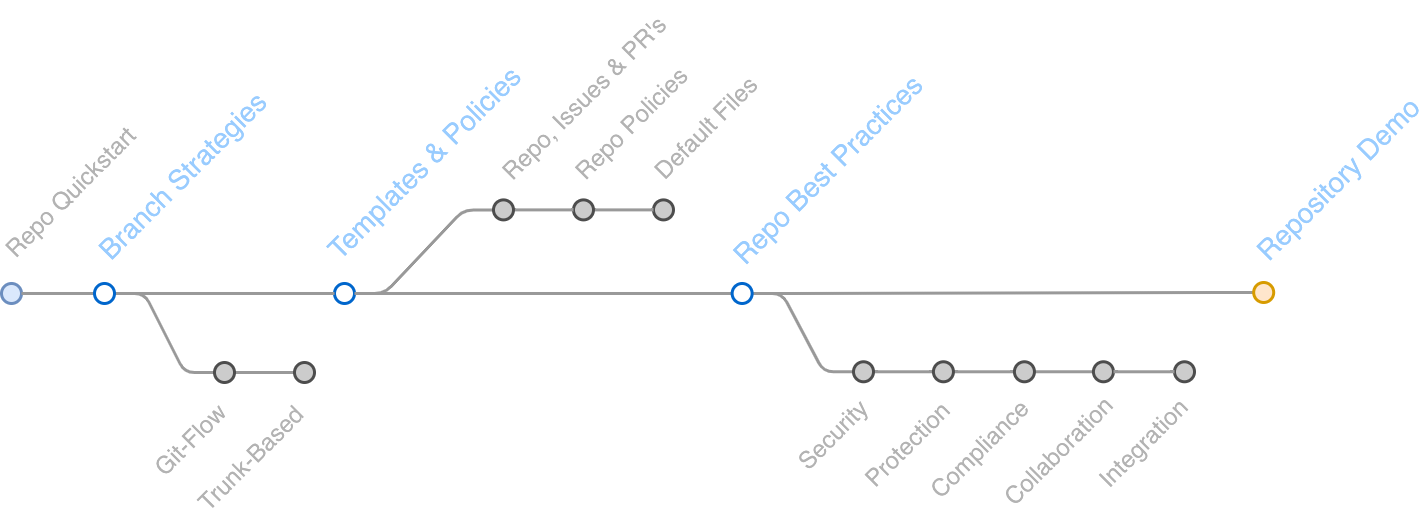
jefeish/github-best-practices-demo keeps this draw.io diagram as docs/images/index.png. Above is the earlier version. Source tidied: cells renumbered, new cells last; positions are measured from the earlier drawing's top-left corner, leaving out a move shared by most shapes.
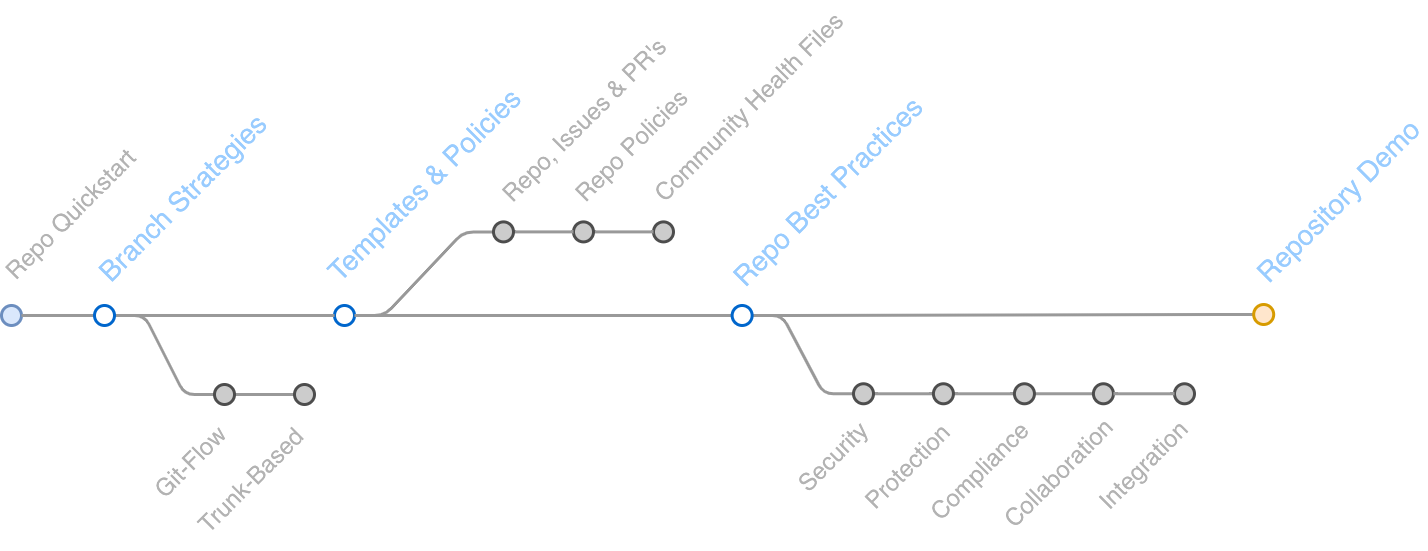
After the change.

Diff of the diagram source:
```diff
@@ -44,8 +44,8 @@
     <mxCell id="15" style="ellipse;whiteSpace=wrap;html=1;strokeWidth=3;fillColor=#CCCCCC;strokeColor=#4D4D4D;" parent="1" vertex="1">
       <mxGeometry x="512" y="117.4" width="20" height="20" as="geometry" />
     </mxCell>
-    <mxCell id="16" value="Default Files" style="text;html=1;strokeColor=none;fillColor=none;align=left;verticalAlign=middle;whiteSpace=wrap;rounded=0;shadow=0;rotation=315;fontColor=#B3B3B3;fontSize=24;" parent="1" vertex="1">
-      <mxGeometry x="653" y="27.4" width="160.9" height="20" as="geometry" />
+    <mxCell id="16" value="Community Health Files" style="text;html=1;strokeColor=none;fillColor=none;align=left;verticalAlign=middle;whiteSpace=wrap;rounded=0;shadow=0;rotation=315;fontColor=#B3B3B3;fontSize=24;" parent="1" vertex="1">
+      <mxGeometry x="637" y="-11.1" width="270" height="20" as="geometry" />
     </mxCell>
     <mxCell id="17" value="Repo, Issues &amp;amp; PR's" style="text;html=1;strokeColor=none;fillColor=none;align=left;verticalAlign=middle;whiteSpace=wrap;rounded=0;shadow=0;rotation=315;fontColor=#B3B3B3;fontSize=24;" parent="1" vertex="1">
       <mxGeometry x="488.8" y="0.1" width="241.2" height="20" as="geometry" />
```
